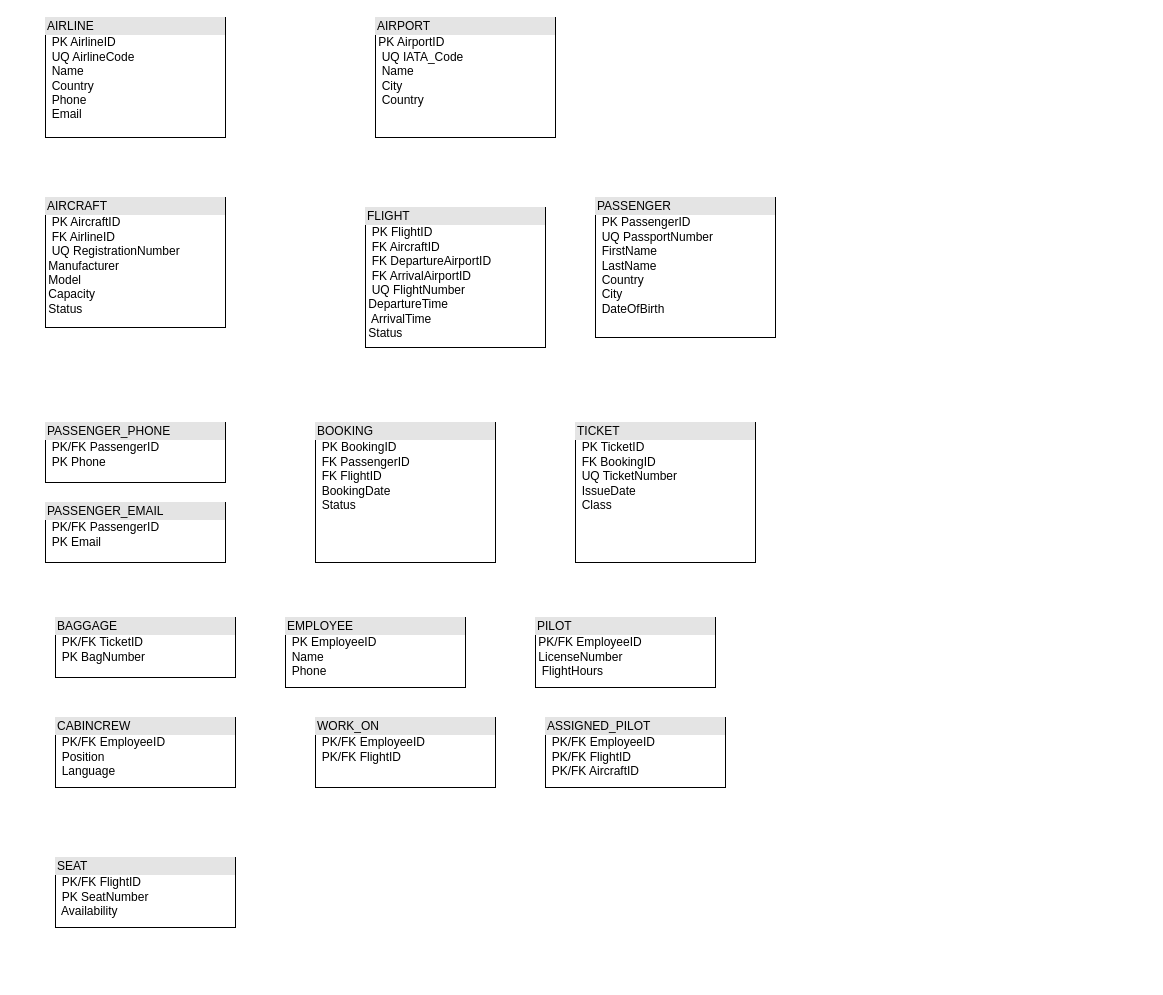
Above: EDR/Relational Model.drawio in yasinhadavand/Flight_Management (draw.io), before the change. Source tidied: cells renumbered, new cells numbered last; positions are measured from the earlier drawing's top-left corner, leaving out a move shared by most shapes. Both pictures are drawn from the tidied source at 100%, with x=0, y=0 at pixel (45, 17).
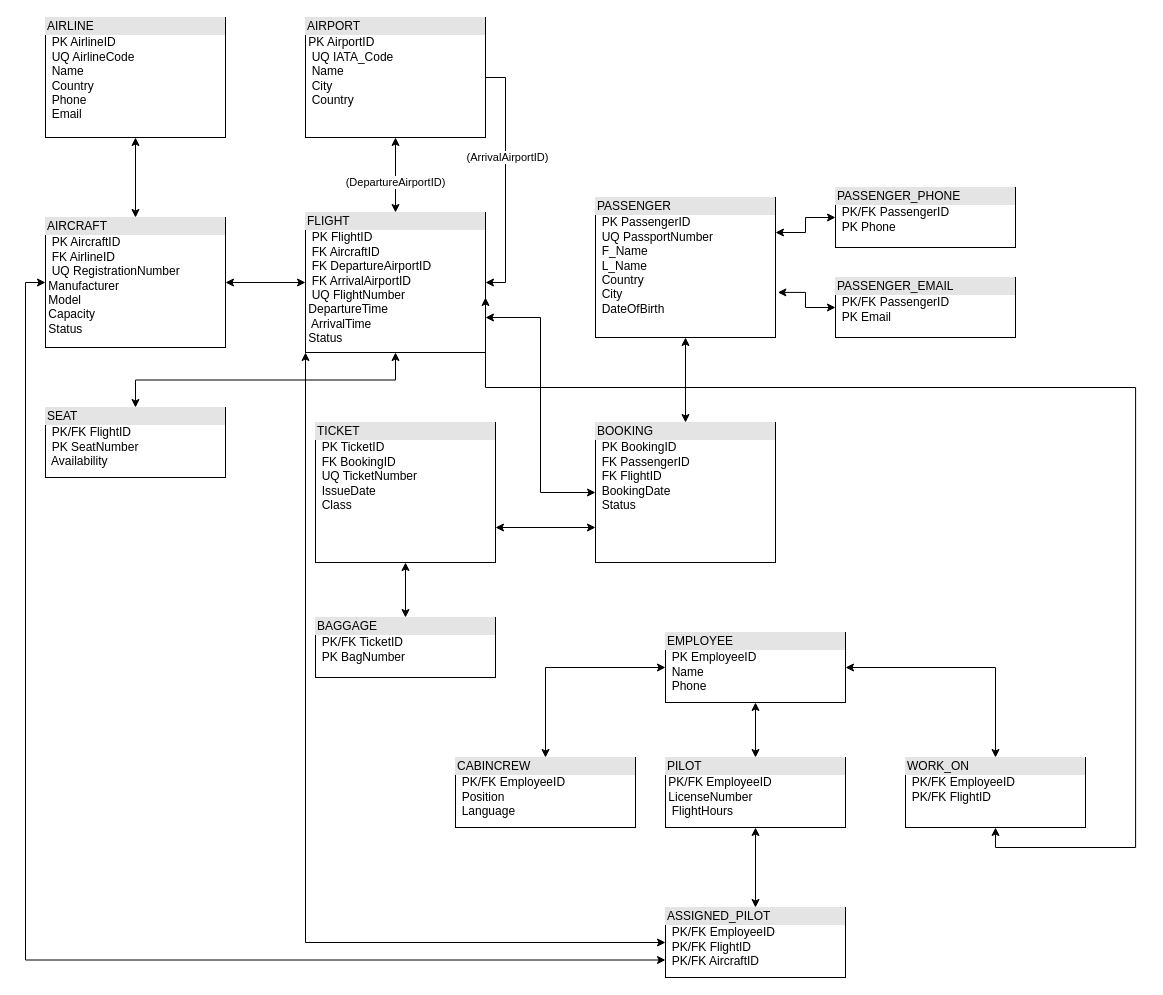
Above is the later version.

Unchanged cells that the change refers to:
```xml
<mxCell id="2" value="&lt;div style=&quot;box-sizing: border-box; width: 100%; background: rgb(228, 228, 228); padding: 2px;&quot;&gt;AIRLINE&lt;/div&gt;&amp;nbsp; PK  AirlineID&amp;nbsp;&lt;div&gt;&amp;nbsp; UQ  AirlineCode&amp;nbsp;&lt;/div&gt;&lt;div&gt;&amp;nbsp; Name&amp;nbsp;&lt;/div&gt;&lt;div&gt;&amp;nbsp; Country&amp;nbsp;&lt;/div&gt;&lt;div&gt;&amp;nbsp; Phone&amp;nbsp;&lt;/div&gt;&lt;div&gt;&amp;nbsp; Email&lt;/div&gt;" style="verticalAlign=top;align=left;overflow=fill;html=1;whiteSpace=wrap;" parent="1" vertex="1">
  <mxGeometry width="180" height="120" as="geometry" />
</mxCell>
```

Diff of the diagram source:
```diff
@@
+    <mxCell id="18" style="edgeStyle=none;rounded=0;jettySize=auto;html=1;exitX=0.5;exitY=1;exitDx=0;exitDy=0;entryX=0.5;entryY=0;entryDx=0;entryDy=0;startArrow=classic;startFill=1;" parent="1" edge="1" source="2" target="3">
+      <mxGeometry relative="1" as="geometry" />
+    </mxCell>
@@
+    <mxCell id="19" style="edgeStyle=none;rounded=0;jettySize=auto;html=1;exitX=1;exitY=0.5;exitDx=0;exitDy=0;entryX=0;entryY=0.5;entryDx=0;entryDy=0;startArrow=classic;startFill=1;" parent="1" edge="1" source="3" target="5">
+      <mxGeometry relative="1" as="geometry" />
+    </mxCell>
+    <mxCell id="20" style="edgeStyle=orthogonalEdgeStyle;rounded=0;jettySize=auto;html=1;exitX=0;exitY=0.5;exitDx=0;exitDy=0;entryX=0;entryY=0.75;entryDx=0;entryDy=0;startArrow=classic;startFill=1;" parent="1" edge="1" source="3" target="16">
+      <mxGeometry relative="1" as="geometry" />
+    </mxCell>
     <mxCell id="3" value="&lt;div style=&quot;box-sizing: border-box; width: 100%; background: rgb(228, 228, 228); padding: 2px;&quot;&gt;&lt;span style=&quot;background-color: transparent; color: light-dark(rgb(0, 0, 0), rgb(255, 255, 255));&quot;&gt;AIRCRAFT&lt;/span&gt;&lt;span style=&quot;background-color: transparent; color: light-dark(rgb(0, 0, 0), rgb(255, 255, 255));&quot;&gt;&amp;nbsp;&lt;/span&gt;&lt;/div&gt;&lt;div&gt;&amp;nbsp; PK  AircraftID&lt;/div&gt;&lt;div&gt;&amp;nbsp; FK  AirlineID&amp;nbsp;&lt;/div&gt;&lt;div&gt;&amp;nbsp; UQ  RegistrationNumber&amp;nbsp; &amp;nbsp; &amp;nbsp; &amp;nbsp; &amp;nbsp; &amp;nbsp; &amp;nbsp; &amp;nbsp;Manufacturer&lt;/div&gt;&lt;div&gt;&amp;nbsp;Model&lt;/div&gt;&lt;div&gt;&amp;nbsp;Capacity&amp;nbsp;&lt;/div&gt;&lt;div&gt;&amp;nbsp;Status&lt;/div&gt;" style="verticalAlign=top;align=left;overflow=fill;html=1;whiteSpace=wrap;" parent="1" vertex="1">
-      <mxGeometry y="180" width="180" height="130" as="geometry" />
+      <mxGeometry y="200" width="180" height="130" as="geometry" />
     </mxCell>
+    <mxCell id="21" style="edgeStyle=none;rounded=0;jettySize=auto;html=1;exitX=0.5;exitY=1;exitDx=0;exitDy=0;entryX=0.5;entryY=0;entryDx=0;entryDy=0;startArrow=classic;startFill=1;" parent="1" edge="1" source="4" target="5">
+      <mxGeometry relative="1" as="geometry" />
+    </mxCell>
+    <mxCell id="22" value="(DepartureAirportID)" style="edgeLabel;html=1;align=center;verticalAlign=middle;" parent="21" vertex="1">
+      <mxGeometry x="0.16" y="-1" relative="1" as="geometry" />
+    </mxCell>
+    <mxCell id="23" style="edgeStyle=orthogonalEdgeStyle;rounded=0;jettySize=auto;html=1;exitX=1;exitY=0.5;exitDx=0;exitDy=0;entryX=1;entryY=0.5;entryDx=0;entryDy=0;" parent="1" edge="1" source="4" target="5">
+      <mxGeometry relative="1" as="geometry" />
+    </mxCell>
+    <mxCell id="24" value="(ArrivalAirportID)" style="edgeLabel;html=1;align=center;verticalAlign=middle;" parent="23" vertex="1">
+      <mxGeometry x="-0.19" y="1" relative="1" as="geometry" />
+    </mxCell>
     <mxCell id="4" value="&lt;div style=&quot;box-sizing: border-box; width: 100%; background: rgb(228, 228, 228); padding: 2px;&quot;&gt;AIRPORT&lt;/div&gt;&amp;nbsp;PK  AirportID&lt;div&gt;&amp;nbsp; UQ  IATA_Code&lt;/div&gt;&lt;div&gt;&amp;nbsp; Name&lt;/div&gt;&lt;div&gt;&amp;nbsp; City&lt;/div&gt;&lt;div&gt;&amp;nbsp; Country&lt;/div&gt;" style="verticalAlign=top;align=left;overflow=fill;html=1;whiteSpace=wrap;" parent="1" vertex="1">
-      <mxGeometry x="330" width="180" height="120" as="geometry" />
+      <mxGeometry x="260" width="180" height="120" as="geometry" />
     </mxCell>
     <mxCell id="5" value="&lt;div style=&quot;box-sizing: border-box; width: 100%; background: rgb(228, 228, 228); padding: 2px;&quot;&gt;FLIGHT&lt;/div&gt;&amp;nbsp; PK  FlightID&lt;div&gt;&amp;nbsp; FK  AircraftID&lt;/div&gt;&lt;div&gt;&amp;nbsp; FK  DepartureAirportID&lt;/div&gt;&lt;div&gt;&amp;nbsp; FK  ArrivalAirportID&lt;/div&gt;&lt;div&gt;&amp;nbsp; UQ  FlightNumber&amp;nbsp; &amp;nbsp; &amp;nbsp; &amp;nbsp;DepartureTime&lt;/div&gt;&lt;div&gt;&amp;nbsp; ArrivalTime&amp;nbsp;&lt;/div&gt;&lt;div&gt;&amp;nbsp;Status&lt;/div&gt;" style="verticalAlign=top;align=left;overflow=fill;html=1;whiteSpace=wrap;" parent="1" vertex="1">
-      <mxGeometry x="320" y="190" width="180" height="140" as="geometry" />
+      <mxGeometry x="260" y="195" width="180" height="140" as="geometry" />
     </mxCell>
+    <mxCell id="25" style="edgeStyle=orthogonalEdgeStyle;rounded=0;jettySize=auto;html=1;exitX=0.5;exitY=1;exitDx=0;exitDy=0;entryX=0.5;entryY=0;entryDx=0;entryDy=0;startArrow=classic;startFill=1;" parent="1" edge="1" source="6" target="9">
+      <mxGeometry relative="1" as="geometry" />
+    </mxCell>
+    <mxCell id="26" style="edgeStyle=orthogonalEdgeStyle;rounded=0;jettySize=auto;html=1;exitX=1;exitY=0.25;exitDx=0;exitDy=0;entryX=0;entryY=0.5;entryDx=0;entryDy=0;startArrow=classic;startFill=1;" parent="1" edge="1" source="6" target="7">
+      <mxGeometry relative="1" as="geometry" />
+    </mxCell>
-    <mxCell id="6" value="&lt;div style=&quot;box-sizing: border-box; width: 100%; background: rgb(228, 228, 228); padding: 2px;&quot;&gt;PASSENGER&lt;/div&gt;&amp;nbsp; PK PassengerID&lt;div&gt;&amp;nbsp; UQ PassportNumber&amp;nbsp;&lt;/div&gt;&lt;div&gt;&amp;nbsp;&amp;nbsp;FirstName&amp;nbsp;&lt;/div&gt;&lt;div&gt;&amp;nbsp; LastName&lt;/div&gt;&lt;div&gt;&amp;nbsp; Country&lt;/div&gt;&lt;div&gt;&amp;nbsp; City&lt;/div&gt;&lt;div&gt;&amp;nbsp; DateOfBirth&lt;/div&gt;" style="verticalAlign=top;align=left;overflow=fill;html=1;whiteSpace=wrap;" parent="1" vertex="1">
+    <mxCell id="6" value="&lt;div style=&quot;box-sizing: border-box; width: 100%; background: rgb(228, 228, 228); padding: 2px;&quot;&gt;PASSENGER&lt;/div&gt;&amp;nbsp; PK PassengerID&lt;div&gt;&amp;nbsp; UQ PassportNumber&amp;nbsp;&lt;/div&gt;&lt;div&gt;&amp;nbsp;&amp;nbsp;F_Name&amp;nbsp;&lt;/div&gt;&lt;div&gt;&amp;nbsp; L_Name&lt;/div&gt;&lt;div&gt;&amp;nbsp; Country&lt;/div&gt;&lt;div&gt;&amp;nbsp; City&lt;/div&gt;&lt;div&gt;&amp;nbsp; DateOfBirth&lt;/div&gt;" style="verticalAlign=top;align=left;overflow=fill;html=1;whiteSpace=wrap;" parent="1" vertex="1">
       <mxGeometry x="550" y="180" width="180" height="140" as="geometry" />
     </mxCell>
     <mxCell id="7" value="&lt;div style=&quot;box-sizing: border-box; width: 100%; background: rgb(228, 228, 228); padding: 2px;&quot;&gt;&lt;span style=&quot;background-color: transparent; color: light-dark(rgb(0, 0, 0), rgb(255, 255, 255));&quot;&gt;PASSENGER_PHONE&lt;/span&gt;&lt;span style=&quot;background-color: transparent; color: light-dark(rgb(0, 0, 0), rgb(255, 255, 255));&quot;&gt;&amp;nbsp;&lt;/span&gt;&lt;/div&gt;&lt;div&gt;&amp;nbsp; PK/FK PassengerID&lt;/div&gt;&lt;div&gt;&amp;nbsp; PK Phone&lt;/div&gt;" style="verticalAlign=top;align=left;overflow=fill;html=1;whiteSpace=wrap;" parent="1" vertex="1">
-      <mxGeometry y="405" width="180" height="60" as="geometry" />
+      <mxGeometry x="790" y="170" width="180" height="60" as="geometry" />
     </mxCell>
     <mxCell id="8" value="&lt;div style=&quot;box-sizing: border-box; width: 100%; background: rgb(228, 228, 228); padding: 2px;&quot;&gt;&lt;span style=&quot;background-color: transparent; color: light-dark(rgb(0, 0, 0), rgb(255, 255, 255));&quot;&gt;BAGGAGE&lt;/span&gt;&lt;span style=&quot;background-color: transparent; color: light-dark(rgb(0, 0, 0), rgb(255, 255, 255));&quot;&gt;&amp;nbsp;&lt;/span&gt;&lt;/div&gt;&lt;div&gt;&amp;nbsp; PK/FK TicketID&lt;/div&gt;&lt;div&gt;&amp;nbsp; PK BagNumber&lt;/div&gt;" style="verticalAlign=top;align=left;overflow=fill;html=1;whiteSpace=wrap;" parent="1" vertex="1">
-      <mxGeometry x="10" y="600" width="180" height="60" as="geometry" />
+      <mxGeometry x="270" y="600" width="180" height="60" as="geometry" />
     </mxCell>
+    <mxCell id="27" style="edgeStyle=orthogonalEdgeStyle;rounded=0;jettySize=auto;html=1;exitX=0;exitY=0.5;exitDx=0;exitDy=0;entryX=1;entryY=0.75;entryDx=0;entryDy=0;startArrow=classic;startFill=1;" parent="1" edge="1" source="9" target="5">
+      <mxGeometry relative="1" as="geometry" />
+    </mxCell>
+    <mxCell id="28" style="edgeStyle=orthogonalEdgeStyle;rounded=0;jettySize=auto;html=1;exitX=0;exitY=0.75;exitDx=0;exitDy=0;entryX=1;entryY=0.75;entryDx=0;entryDy=0;startArrow=classic;startFill=1;" parent="1" edge="1" source="9" target="10">
+      <mxGeometry relative="1" as="geometry" />
+    </mxCell>
     <mxCell id="9" value="&lt;div style=&quot;box-sizing: border-box; width: 100%; background: rgb(228, 228, 228); padding: 2px;&quot;&gt;&lt;span style=&quot;background-color: transparent; color: light-dark(rgb(0, 0, 0), rgb(255, 255, 255));&quot;&gt;BOOKING&lt;/span&gt;&lt;span style=&quot;background-color: transparent; color: light-dark(rgb(0, 0, 0), rgb(255, 255, 255));&quot;&gt;&amp;nbsp;&lt;/span&gt;&lt;/div&gt;&lt;div&gt;&amp;nbsp;&amp;nbsp;&lt;span style=&quot;background-color: transparent; color: light-dark(rgb(0, 0, 0), rgb(255, 255, 255));&quot;&gt;PK BookingID&lt;/span&gt;&lt;/div&gt;&lt;div&gt;&lt;span style=&quot;background-color: transparent; color: light-dark(rgb(0, 0, 0), rgb(255, 255, 255));&quot;&gt;&amp;nbsp; FK PassengerID&amp;nbsp;&lt;/span&gt;&lt;/div&gt;&lt;div&gt;&lt;span style=&quot;background-color: transparent; color: light-dark(rgb(0, 0, 0), rgb(255, 255, 255));&quot;&gt;&amp;nbsp;&amp;nbsp;FK FlightID&lt;/span&gt;&lt;/div&gt;&lt;div&gt;&lt;span style=&quot;background-color: transparent; color: light-dark(rgb(0, 0, 0), rgb(255, 255, 255));&quot;&gt;&amp;nbsp; BookingDate&lt;/span&gt;&lt;/div&gt;&lt;div&gt;&lt;span style=&quot;background-color: transparent; color: light-dark(rgb(0, 0, 0), rgb(255, 255, 255));&quot;&gt;&amp;nbsp; Status&lt;/span&gt;&lt;/div&gt;" style="verticalAlign=top;align=left;overflow=fill;html=1;whiteSpace=wrap;" parent="1" vertex="1">
-      <mxGeometry x="270" y="405" width="180" height="140" as="geometry" />
+      <mxGeometry x="550" y="405" width="180" height="140" as="geometry" />
     </mxCell>
+    <mxCell id="29" style="edgeStyle=orthogonalEdgeStyle;rounded=0;jettySize=auto;html=1;exitX=0.5;exitY=1;exitDx=0;exitDy=0;entryX=0.5;entryY=0;entryDx=0;entryDy=0;startArrow=classic;startFill=1;" parent="1" edge="1" source="10" target="8">
+      <mxGeometry relative="1" as="geometry" />
+    </mxCell>
     <mxCell id="10" value="&lt;div style=&quot;box-sizing: border-box; width: 100%; background: rgb(228, 228, 228); padding: 2px;&quot;&gt;TICKET&lt;/div&gt;&lt;div&gt;&amp;nbsp; PK TicketID&lt;/div&gt;&lt;div&gt;&lt;span style=&quot;background-color: transparent; color: light-dark(rgb(0, 0, 0), rgb(255, 255, 255));&quot;&gt;&amp;nbsp; FK BookingID&lt;/span&gt;&lt;/div&gt;&lt;div&gt;&lt;span style=&quot;background-color: transparent; color: light-dark(rgb(0, 0, 0), rgb(255, 255, 255));&quot;&gt;&amp;nbsp; UQ TicketNumber&lt;/span&gt;&lt;/div&gt;&lt;div&gt;&lt;span style=&quot;background-color: transparent; color: light-dark(rgb(0, 0, 0), rgb(255, 255, 255));&quot;&gt;&amp;nbsp; IssueDate&lt;/span&gt;&lt;/div&gt;&lt;div&gt;&lt;span style=&quot;background-color: transparent; color: light-dark(rgb(0, 0, 0), rgb(255, 255, 255));&quot;&gt;&amp;nbsp; Class&lt;/span&gt;&lt;/div&gt;" style="verticalAlign=top;align=left;overflow=fill;html=1;whiteSpace=wrap;" parent="1" vertex="1">
-      <mxGeometry x="530" y="405" width="180" height="140" as="geometry" />
+      <mxGeometry x="270" y="405" width="180" height="140" as="geometry" />
     </mxCell>
     <mxCell id="11" value="&lt;div style=&quot;box-sizing: border-box; width: 100%; background: rgb(228, 228, 228); padding: 2px;&quot;&gt;&lt;span style=&quot;background-color: transparent; color: light-dark(rgb(0, 0, 0), rgb(255, 255, 255));&quot;&gt;PASSENGER_EMAIL&lt;/span&gt;&lt;/div&gt;&lt;div&gt;&amp;nbsp;&amp;nbsp;PK/FK PassengerID&lt;/div&gt;&lt;div&gt;&amp;nbsp; PK Email&lt;/div&gt;" style="verticalAlign=top;align=left;overflow=fill;html=1;whiteSpace=wrap;" parent="1" vertex="1">
-      <mxGeometry y="485" width="180" height="60" as="geometry" />
+      <mxGeometry x="790" y="260" width="180" height="60" as="geometry" />
     </mxCell>
+    <mxCell id="30" style="edgeStyle=orthogonalEdgeStyle;rounded=0;jettySize=auto;html=1;exitX=0.5;exitY=1;exitDx=0;exitDy=0;entryX=0.5;entryY=0;entryDx=0;entryDy=0;startArrow=classic;startFill=1;" parent="1" edge="1" source="12" target="13">
+      <mxGeometry relative="1" as="geometry" />
+    </mxCell>
+    <mxCell id="31" style="edgeStyle=orthogonalEdgeStyle;rounded=0;jettySize=auto;html=1;exitX=0;exitY=0.5;exitDx=0;exitDy=0;entryX=0.5;entryY=0;entryDx=0;entryDy=0;startArrow=classic;startFill=1;" parent="1" edge="1" source="12" target="14">
+      <mxGeometry relative="1" as="geometry" />
+    </mxCell>
+    <mxCell id="32" style="edgeStyle=orthogonalEdgeStyle;rounded=0;jettySize=auto;html=1;exitX=1;exitY=0.5;exitDx=0;exitDy=0;entryX=0.5;entryY=0;entryDx=0;entryDy=0;startArrow=classic;startFill=1;" parent="1" edge="1" source="12" target="15">
+      <mxGeometry relative="1" as="geometry" />
+    </mxCell>
     <mxCell id="12" value="&lt;div style=&quot;box-sizing: border-box; width: 100%; background: rgb(228, 228, 228); padding: 2px;&quot;&gt;EMPLOYEE&lt;/div&gt;&lt;div&gt;&amp;nbsp; PK EmployeeID&lt;/div&gt;&lt;div&gt;&amp;nbsp; Name&lt;/div&gt;&lt;div&gt;&amp;nbsp; Phone&lt;/div&gt;" style="verticalAlign=top;align=left;overflow=fill;html=1;whiteSpace=wrap;" parent="1" vertex="1">
-      <mxGeometry x="240" y="600" width="180" height="70" as="geometry" />
+      <mxGeometry x="620" y="615" width="180" height="70" as="geometry" />
     </mxCell>
     <mxCell id="13" value="&lt;div style=&quot;box-sizing: border-box; width: 100%; background: rgb(228, 228, 228); padding: 2px;&quot;&gt;PILOT&lt;/div&gt;&lt;div&gt;&amp;nbsp;&lt;span style=&quot;background-color: transparent; color: light-dark(rgb(0, 0, 0), rgb(255, 255, 255));&quot;&gt;PK/FK EmployeeID&amp;nbsp; &amp;nbsp; &amp;nbsp;LicenseNumber&lt;/span&gt;&lt;/div&gt;&lt;div&gt;&lt;span style=&quot;background-color: transparent; color: light-dark(rgb(0, 0, 0), rgb(255, 255, 255));&quot;&gt;&amp;nbsp; FlightHours&lt;/span&gt;&lt;/div&gt;" style="verticalAlign=top;align=left;overflow=fill;html=1;whiteSpace=wrap;" parent="1" vertex="1">
-      <mxGeometry x="490" y="600" width="180" height="70" as="geometry" />
+      <mxGeometry x="620" y="740" width="180" height="70" as="geometry" />
     </mxCell>
     <mxCell id="14" value="&lt;div style=&quot;box-sizing: border-box; width: 100%; background: rgb(228, 228, 228); padding: 2px;&quot;&gt;&lt;span style=&quot;background-color: transparent; color: light-dark(rgb(0, 0, 0), rgb(255, 255, 255));&quot;&gt;CABINCREW&lt;/span&gt;&lt;/div&gt;&lt;div&gt;&lt;span style=&quot;background-color: transparent; color: light-dark(rgb(0, 0, 0), rgb(255, 255, 255));&quot;&gt;&amp;nbsp;&amp;nbsp;&lt;/span&gt;&lt;span style=&quot;background-color: transparent; color: light-dark(rgb(0, 0, 0), rgb(255, 255, 255));&quot;&gt;PK/FK EmployeeID&lt;/span&gt;&lt;/div&gt;&lt;div&gt;&lt;span style=&quot;background-color: transparent; color: light-dark(rgb(0, 0, 0), rgb(255, 255, 255));&quot;&gt;&amp;nbsp; Position&lt;/span&gt;&lt;/div&gt;&lt;div&gt;&lt;span style=&quot;background-color: transparent; color: light-dark(rgb(0, 0, 0), rgb(255, 255, 255));&quot;&gt;&amp;nbsp; Language&lt;/span&gt;&lt;/div&gt;" style="verticalAlign=top;align=left;overflow=fill;html=1;whiteSpace=wrap;" parent="1" vertex="1">
-      <mxGeometry x="10" y="700" width="180" height="70" as="geometry" />
+      <mxGeometry x="410" y="740" width="180" height="70" as="geometry" />
     </mxCell>
     <mxCell id="15" value="&lt;div style=&quot;box-sizing: border-box; width: 100%; background: rgb(228, 228, 228); padding: 2px;&quot;&gt;&lt;span style=&quot;background-color: transparent; color: light-dark(rgb(0, 0, 0), rgb(255, 255, 255));&quot;&gt;WORK_ON&lt;/span&gt;&lt;/div&gt;&lt;div&gt;&amp;nbsp; PK/FK EmployeeID&amp;nbsp;&lt;/div&gt;&lt;div&gt;&amp;nbsp;&amp;nbsp;PK/FK FlightID&lt;/div&gt;" style="verticalAlign=top;align=left;overflow=fill;html=1;whiteSpace=wrap;" parent="1" vertex="1">
-      <mxGeometry x="270" y="700" width="180" height="70" as="geometry" />
+      <mxGeometry x="860" y="740" width="180" height="70" as="geometry" />
     </mxCell>
+    <mxCell id="33" style="edgeStyle=orthogonalEdgeStyle;rounded=0;jettySize=auto;html=1;exitX=0.5;exitY=0;exitDx=0;exitDy=0;entryX=0.5;entryY=1;entryDx=0;entryDy=0;startArrow=classic;startFill=1;" parent="1" edge="1" source="16" target="13">
+      <mxGeometry relative="1" as="geometry" />
+    </mxCell>
+    <mxCell id="34" style="edgeStyle=orthogonalEdgeStyle;rounded=0;jettySize=auto;html=1;exitX=0;exitY=0.5;exitDx=0;exitDy=0;entryX=0;entryY=1;entryDx=0;entryDy=0;startArrow=classic;startFill=1;" parent="1" edge="1" source="16" target="5">
+      <mxGeometry relative="1" as="geometry" />
+    </mxCell>
     <mxCell id="16" value="&lt;div style=&quot;box-sizing: border-box; width: 100%; background: rgb(228, 228, 228); padding: 2px;&quot;&gt;ASSIGNED_PILOT&lt;/div&gt;&lt;div&gt;&amp;nbsp; PK/FK EmployeeID&lt;/div&gt;&lt;div&gt;&lt;span style=&quot;background-color: transparent; color: light-dark(rgb(0, 0, 0), rgb(255, 255, 255));&quot;&gt;&amp;nbsp; PK/FK FlightID&lt;/span&gt;&lt;/div&gt;&lt;div&gt;&lt;span style=&quot;background-color: transparent; color: light-dark(rgb(0, 0, 0), rgb(255, 255, 255));&quot;&gt;&amp;nbsp; PK/FK AircraftID&lt;/span&gt;&lt;/div&gt;" style="verticalAlign=top;align=left;overflow=fill;html=1;whiteSpace=wrap;" parent="1" vertex="1">
-      <mxGeometry x="500" y="700" width="180" height="70" as="geometry" />
+      <mxGeometry x="620" y="890" width="180" height="70" as="geometry" />
     </mxCell>
+    <mxCell id="35" style="edgeStyle=orthogonalEdgeStyle;rounded=0;jettySize=auto;html=1;exitX=0.5;exitY=0;exitDx=0;exitDy=0;entryX=0.5;entryY=1;entryDx=0;entryDy=0;startArrow=classic;startFill=1;" parent="1" edge="1" source="17" target="5">
+      <mxGeometry relative="1" as="geometry" />
+    </mxCell>
     <mxCell id="17" value="&lt;div style=&quot;box-sizing: border-box; width: 100%; background: rgb(228, 228, 228); padding: 2px;&quot;&gt;SEAT&lt;/div&gt;&lt;div&gt;&amp;nbsp;&amp;nbsp;&lt;span style=&quot;background-color: transparent; color: light-dark(rgb(0, 0, 0), rgb(255, 255, 255));&quot;&gt;PK/FK FlightID&amp;nbsp;&lt;/span&gt;&lt;/div&gt;&lt;div&gt;&lt;span style=&quot;background-color: transparent; color: light-dark(rgb(0, 0, 0), rgb(255, 255, 255));&quot;&gt;&amp;nbsp;&amp;nbsp;PK SeatNumber&lt;/span&gt;&lt;/div&gt;&lt;div&gt;&lt;span style=&quot;background-color: transparent; color: light-dark(rgb(0, 0, 0), rgb(255, 255, 255));&quot;&gt;&amp;nbsp; Availability&lt;/span&gt;&lt;br&gt;&lt;/div&gt;" style="verticalAlign=top;align=left;overflow=fill;html=1;whiteSpace=wrap;" parent="1" vertex="1">
-      <mxGeometry x="10" y="840" width="180" height="70" as="geometry" />
+      <mxGeometry y="390" width="180" height="70" as="geometry" />
     </mxCell>
+    <mxCell id="36" style="edgeStyle=orthogonalEdgeStyle;rounded=0;jettySize=auto;html=1;exitX=0.5;exitY=1;exitDx=0;exitDy=0;entryX=1;entryY=0.607;entryDx=0;entryDy=0;entryPerimeter=0;startArrow=classic;startFill=1;" parent="1" edge="1" source="15" target="5">
+      <mxGeometry relative="1" as="geometry">
+        <Array as="points">
+          <mxPoint x="950.1" y="830" />
+          <mxPoint x="1090.1" y="830" />
+          <mxPoint x="1090.1" y="370" />
+          <mxPoint x="440.1" y="370" />
+        </Array>
+      </mxGeometry>
+    </mxCell>
+    <mxCell id="37" style="edgeStyle=orthogonalEdgeStyle;rounded=0;jettySize=auto;html=1;exitX=0;exitY=0.5;exitDx=0;exitDy=0;entryX=1.013;entryY=0.678;entryDx=0;entryDy=0;entryPerimeter=0;startArrow=classic;startFill=1;" parent="1" edge="1" source="11" target="6">
+      <mxGeometry relative="1" as="geometry" />
+    </mxCell>
```
